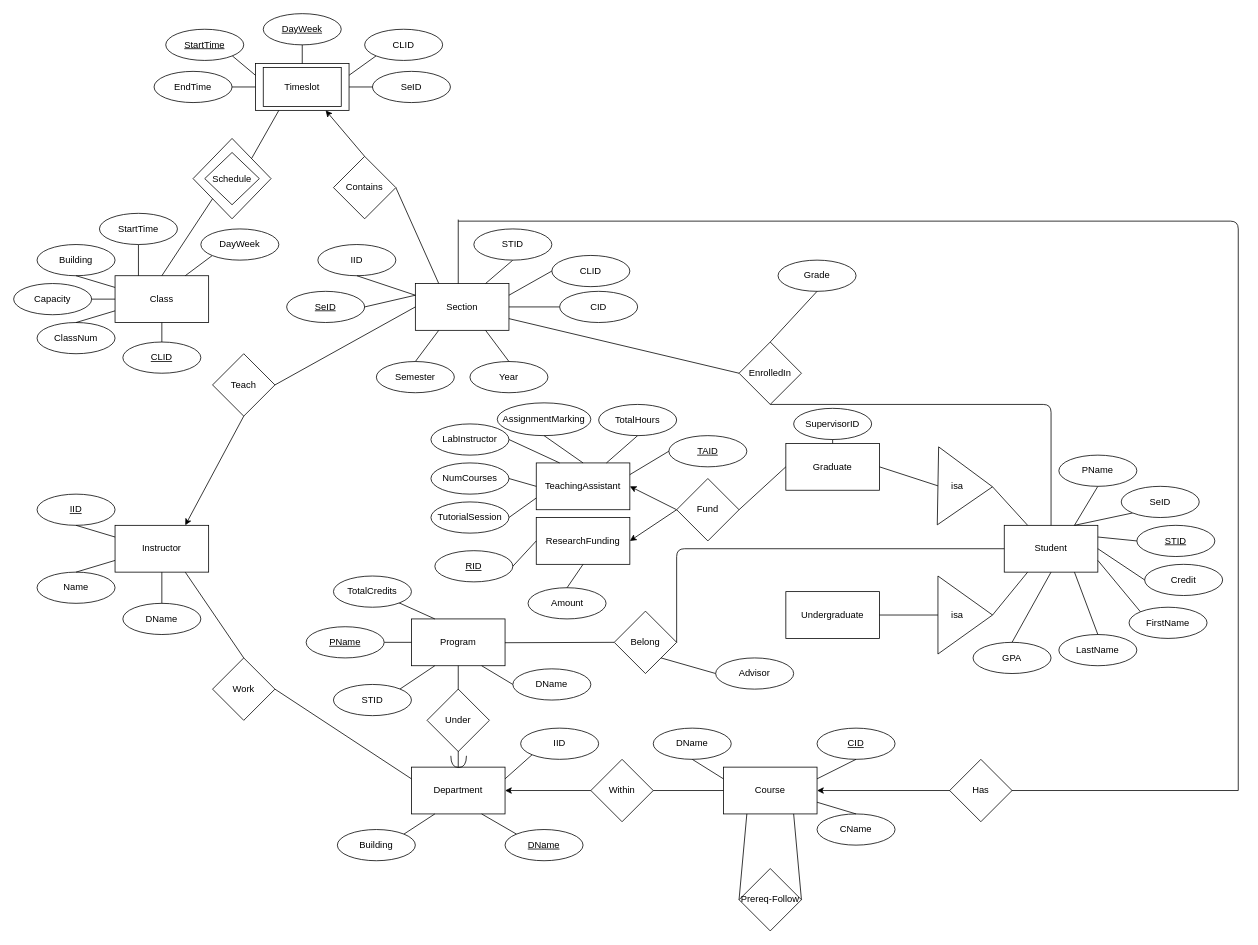
The draw.io diagram database/Diagram.drawio in DPigeon/University-Database, before the edit. Source tidied: cells renumbered, new cells numbered last; positions are measured from the earlier drawing's top-left corner, leaving out a move shared by most shapes. Both pictures are drawn from the tidied source at 78%, with x=0, y=0 at pixel (13, 13).
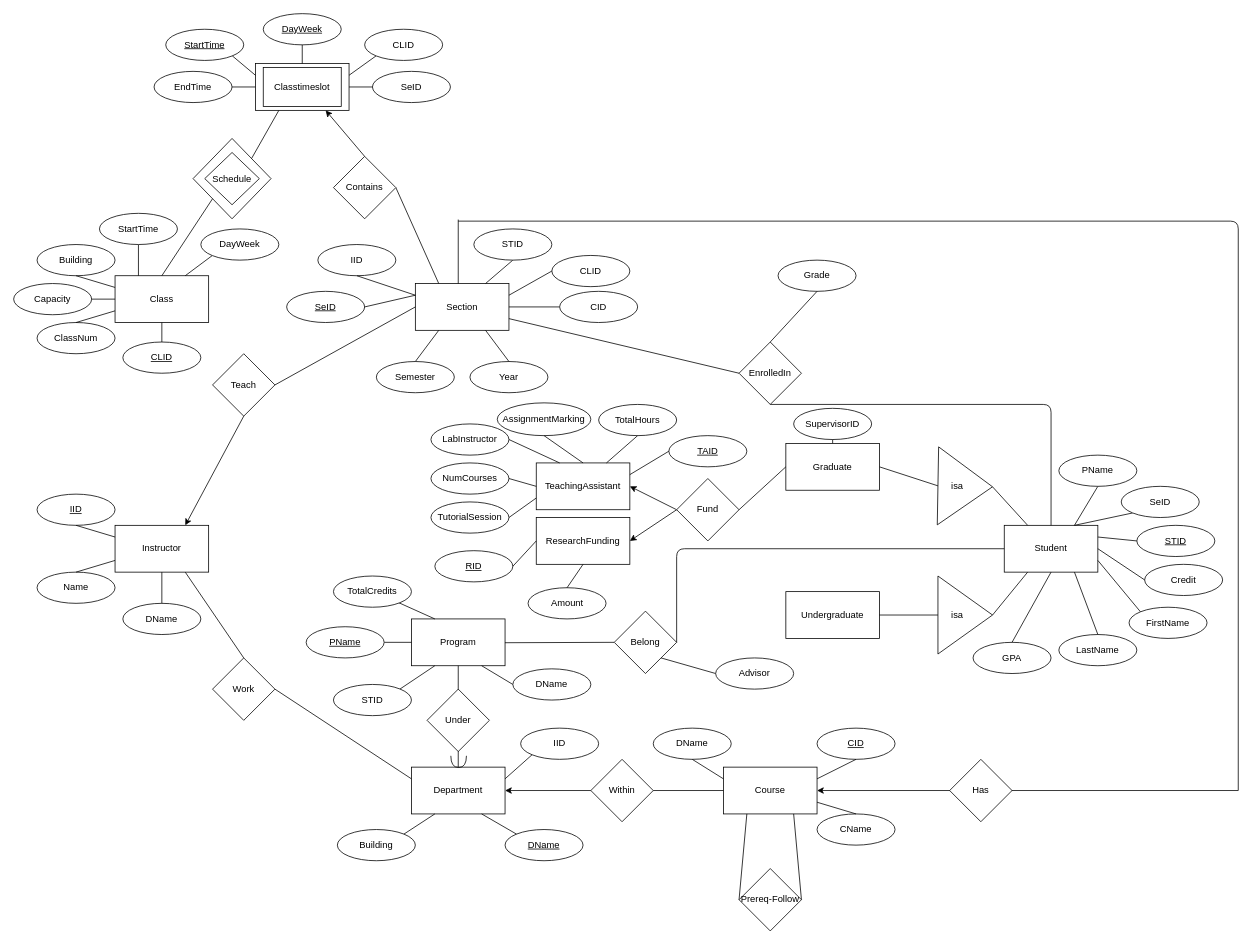
After the change.

Commit message:
changed timeslot to classtimeslot

What changed in the source:
```diff
@@
-    <mxCell id="101" value="Timeslot" style="rounded=0;whiteSpace=wrap;html=1;" parent="1" vertex="1">
+    <mxCell id="101" value="Classtimeslot" style="rounded=0;whiteSpace=wrap;html=1;" parent="1" vertex="1">
       <mxGeometry x="320" y="69" width="100" height="50" as="geometry" />
     </mxCell>
```
